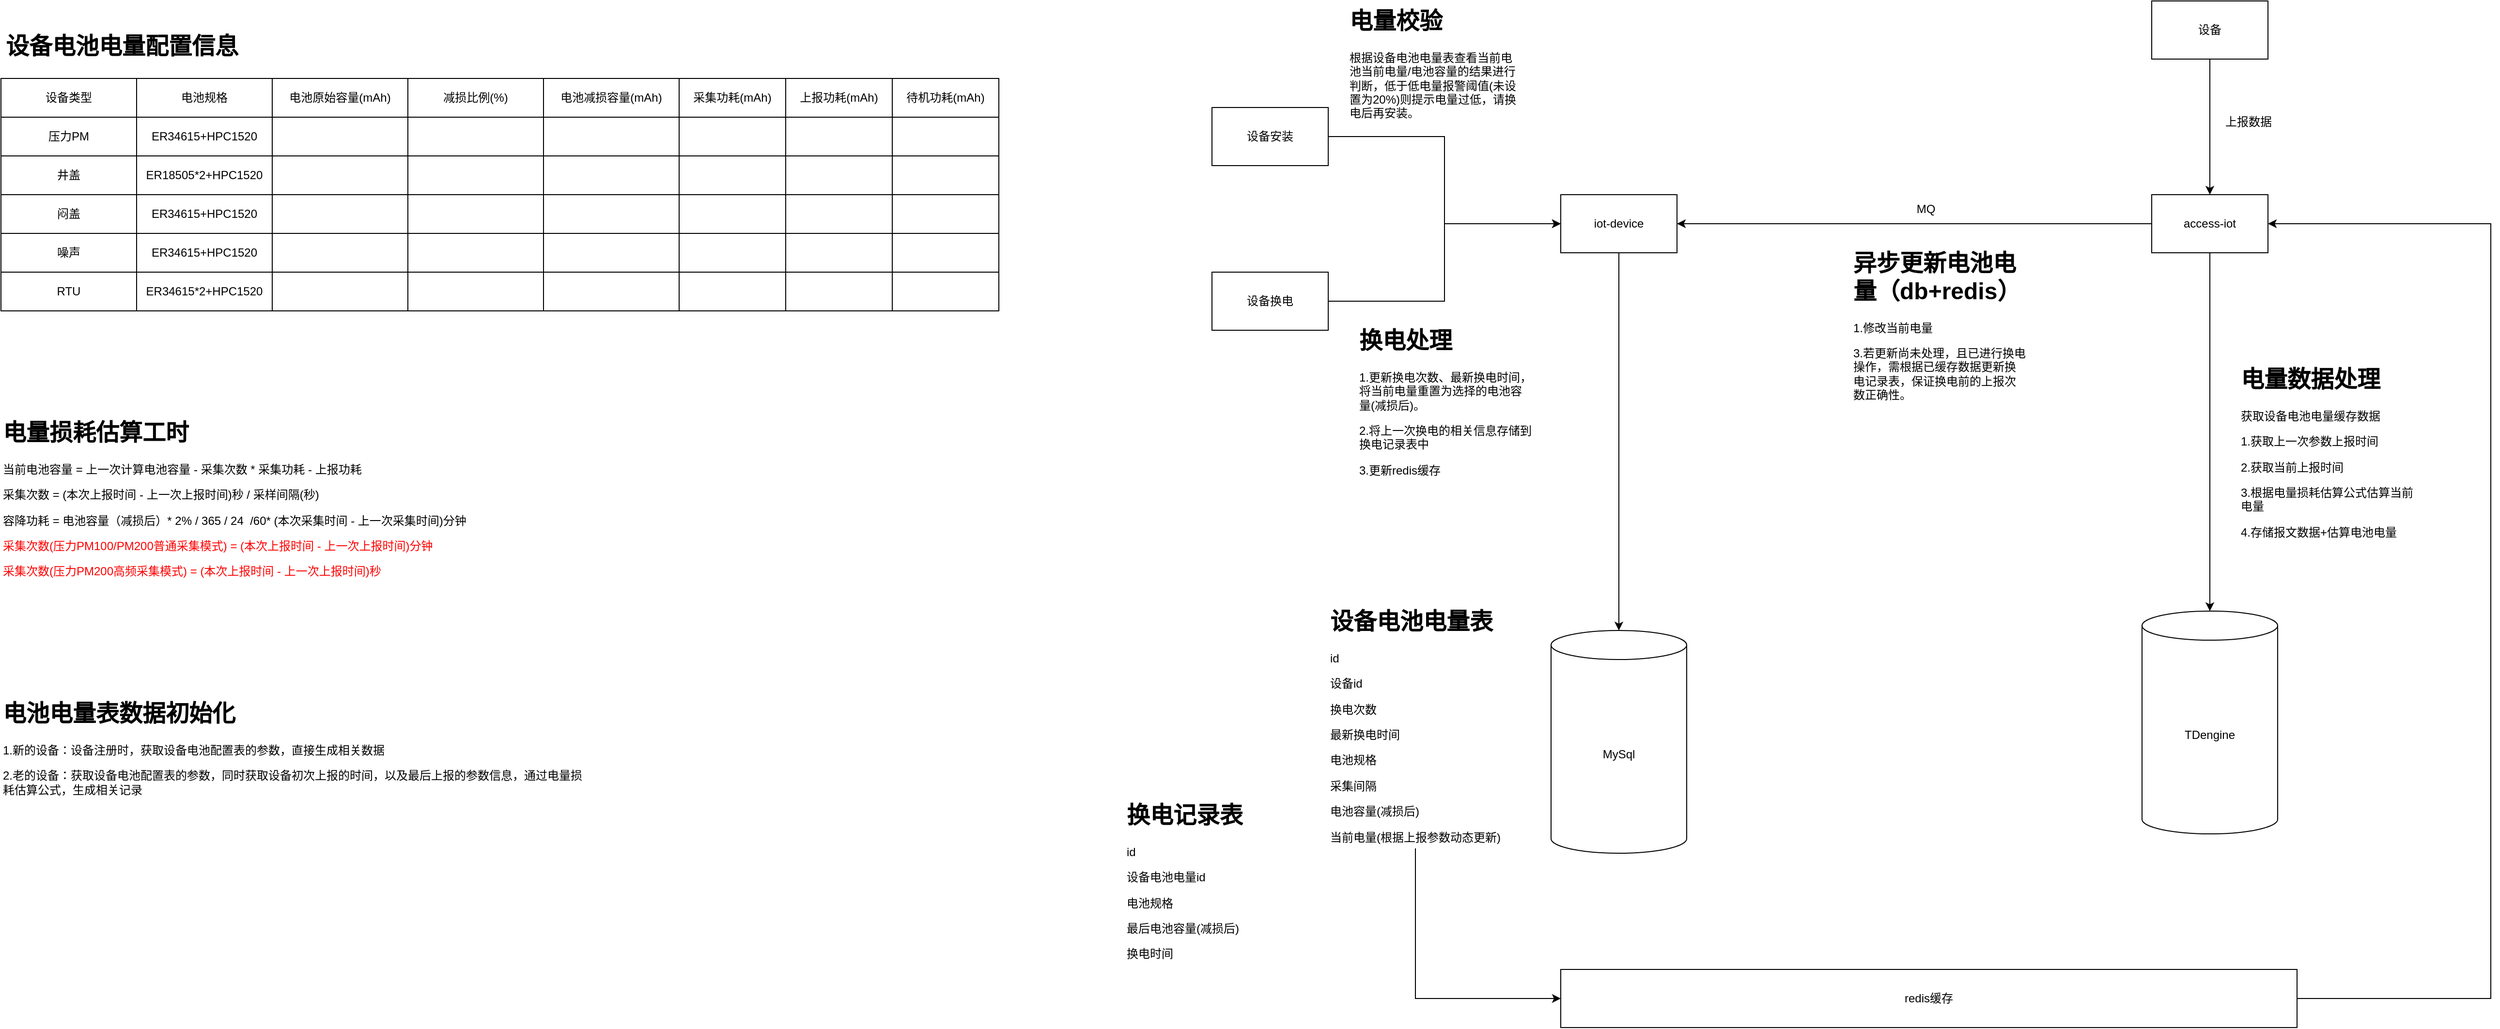
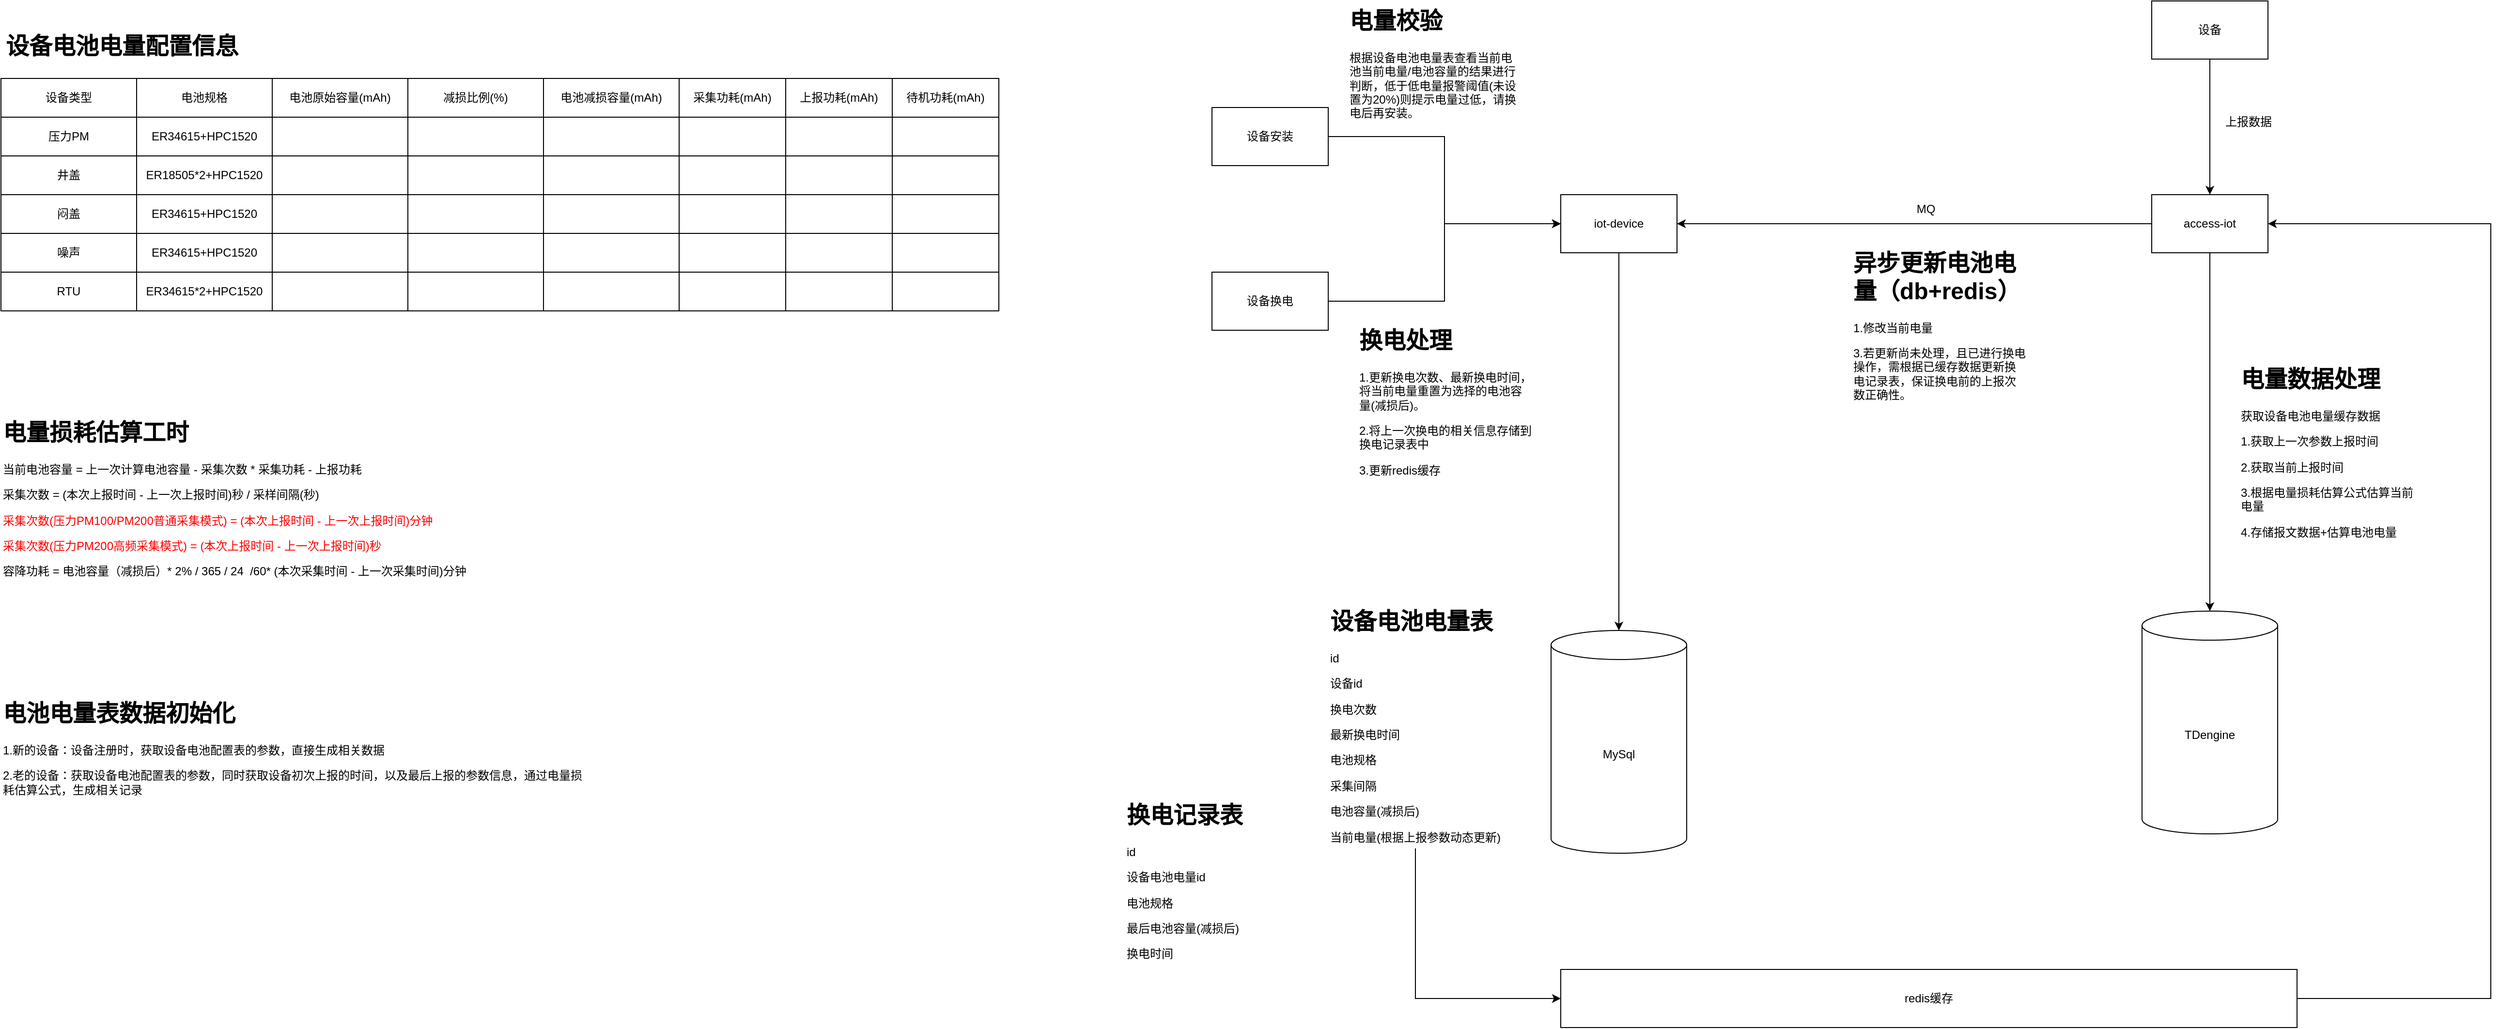
<mxfile host="app.diagrams.net">
  <diagram name="第 1 页" id="CJTt0Y1e_nSTC3EHAazc">
    <mxGraphModel dx="1904" dy="582" grid="1" gridSize="10" guides="1" tooltips="1" connect="1" arrows="1" fold="1" page="1" pageScale="1" pageWidth="827" pageHeight="1169" math="0" shadow="0">
      <root>
        <mxCell id="0" />
        <mxCell id="1" parent="0" />
        <mxCell id="PJUP-OBpyC3OTBr9TddZ-1" edge="1" parent="1" source="PJUP-OBpyC3OTBr9TddZ-2" style="edgeStyle=orthogonalEdgeStyle;rounded=0;orthogonalLoop=1;jettySize=auto;html=1;exitX=0.5;exitY=1;exitDx=0;exitDy=0;" target="PJUP-OBpyC3OTBr9TddZ-6">
          <mxGeometry relative="1" as="geometry" />
        </mxCell>
        <mxCell id="PJUP-OBpyC3OTBr9TddZ-2" parent="1" style="rounded=0;whiteSpace=wrap;html=1;" value="iot-device" vertex="1">
          <mxGeometry height="60" width="120" x="1560" y="530" as="geometry" />
        </mxCell>
        <mxCell id="PJUP-OBpyC3OTBr9TddZ-3" edge="1" parent="1" source="PJUP-OBpyC3OTBr9TddZ-5" style="edgeStyle=orthogonalEdgeStyle;rounded=0;orthogonalLoop=1;jettySize=auto;html=1;exitX=0;exitY=0.5;exitDx=0;exitDy=0;entryX=1;entryY=0.5;entryDx=0;entryDy=0;" target="PJUP-OBpyC3OTBr9TddZ-2">
          <mxGeometry relative="1" as="geometry" />
        </mxCell>
        <mxCell id="PJUP-OBpyC3OTBr9TddZ-4" edge="1" parent="1" source="PJUP-OBpyC3OTBr9TddZ-5" style="edgeStyle=orthogonalEdgeStyle;rounded=0;orthogonalLoop=1;jettySize=auto;html=1;exitX=0.5;exitY=1;exitDx=0;exitDy=0;" target="PJUP-OBpyC3OTBr9TddZ-7">
          <mxGeometry relative="1" as="geometry" />
        </mxCell>
        <mxCell id="PJUP-OBpyC3OTBr9TddZ-5" parent="1" style="rounded=0;whiteSpace=wrap;html=1;" value="access-iot" vertex="1">
          <mxGeometry height="60" width="120" x="2170" y="530" as="geometry" />
        </mxCell>
        <mxCell id="PJUP-OBpyC3OTBr9TddZ-6" parent="1" style="shape=cylinder3;whiteSpace=wrap;html=1;boundedLbl=1;backgroundOutline=1;size=15;" value="MySql" vertex="1">
          <mxGeometry height="230" width="140" x="1550" y="980" as="geometry" />
        </mxCell>
        <mxCell id="PJUP-OBpyC3OTBr9TddZ-7" parent="1" style="shape=cylinder3;whiteSpace=wrap;html=1;boundedLbl=1;backgroundOutline=1;size=15;" value="TDengine" vertex="1">
          <mxGeometry height="230" width="140" x="2160" y="960" as="geometry" />
        </mxCell>
        <mxCell id="PJUP-OBpyC3OTBr9TddZ-8" parent="1" style="text;html=1;whiteSpace=wrap;strokeColor=none;fillColor=none;align=center;verticalAlign=middle;rounded=0;" value="MQ" vertex="1">
          <mxGeometry height="30" width="60" x="1907" y="530" as="geometry" />
        </mxCell>
        <mxCell id="PJUP-OBpyC3OTBr9TddZ-9" edge="1" parent="1" source="PJUP-OBpyC3OTBr9TddZ-10" style="edgeStyle=orthogonalEdgeStyle;rounded=0;orthogonalLoop=1;jettySize=auto;html=1;exitX=0.5;exitY=1;exitDx=0;exitDy=0;entryX=0;entryY=0.5;entryDx=0;entryDy=0;" target="PJUP-OBpyC3OTBr9TddZ-12">
          <mxGeometry relative="1" as="geometry" />
        </mxCell>
        <mxCell id="PJUP-OBpyC3OTBr9TddZ-10" parent="1" style="text;html=1;whiteSpace=wrap;overflow=hidden;rounded=0;" value="&lt;h1 style=&quot;margin-top: 0px;&quot;&gt;设备电池电量表&lt;/h1&gt;&lt;p&gt;id&lt;/p&gt;&lt;p&gt;设备id&lt;/p&gt;&lt;p&gt;换电次数&lt;/p&gt;&lt;p&gt;最新换电时间&lt;/p&gt;&lt;p&gt;电池规格&lt;/p&gt;&lt;p&gt;采集间隔&lt;/p&gt;&lt;p&gt;电池容量(减损后)&lt;/p&gt;&lt;p&gt;当前电量(&lt;span style=&quot;background-color: transparent; color: light-dark(rgb(0, 0, 0), rgb(255, 255, 255));&quot;&gt;根据上报参数动态更新&lt;/span&gt;&lt;span style=&quot;background-color: transparent; color: light-dark(rgb(0, 0, 0), rgb(255, 255, 255));&quot;&gt;)&lt;/span&gt;&lt;/p&gt;" vertex="1">
          <mxGeometry height="255" width="180" x="1320" y="950" as="geometry" />
        </mxCell>
        <mxCell id="PJUP-OBpyC3OTBr9TddZ-11" edge="1" parent="1" source="PJUP-OBpyC3OTBr9TddZ-12" style="edgeStyle=orthogonalEdgeStyle;rounded=0;orthogonalLoop=1;jettySize=auto;html=1;exitX=1;exitY=0.5;exitDx=0;exitDy=0;entryX=1;entryY=0.5;entryDx=0;entryDy=0;" target="PJUP-OBpyC3OTBr9TddZ-5">
          <mxGeometry relative="1" as="geometry">
            <Array as="points">
              <mxPoint x="2520" y="1360" />
              <mxPoint x="2520" y="560" />
            </Array>
          </mxGeometry>
        </mxCell>
        <mxCell id="PJUP-OBpyC3OTBr9TddZ-12" parent="1" style="rounded=0;whiteSpace=wrap;html=1;" value="redis缓存" vertex="1">
          <mxGeometry height="60" width="760" x="1560" y="1330" as="geometry" />
        </mxCell>
        <mxCell id="PJUP-OBpyC3OTBr9TddZ-13" edge="1" parent="1" source="PJUP-OBpyC3OTBr9TddZ-14" style="edgeStyle=orthogonalEdgeStyle;rounded=0;orthogonalLoop=1;jettySize=auto;html=1;exitX=0.5;exitY=1;exitDx=0;exitDy=0;entryX=0.5;entryY=0;entryDx=0;entryDy=0;" target="PJUP-OBpyC3OTBr9TddZ-5">
          <mxGeometry relative="1" as="geometry" />
        </mxCell>
        <mxCell id="PJUP-OBpyC3OTBr9TddZ-14" parent="1" style="rounded=0;whiteSpace=wrap;html=1;" value="设备" vertex="1">
          <mxGeometry height="60" width="120" x="2170" y="330" as="geometry" />
        </mxCell>
        <mxCell id="PJUP-OBpyC3OTBr9TddZ-15" parent="1" style="text;html=1;whiteSpace=wrap;strokeColor=none;fillColor=none;align=center;verticalAlign=middle;rounded=0;" value="上报数据" vertex="1">
          <mxGeometry height="30" width="60" x="2240" y="440" as="geometry" />
        </mxCell>
        <mxCell id="PJUP-OBpyC3OTBr9TddZ-16" parent="1" style="text;html=1;whiteSpace=wrap;overflow=hidden;rounded=0;" value="&lt;h1 style=&quot;margin-top: 0px;&quot;&gt;电量数据处理&lt;/h1&gt;&lt;p&gt;获取设备电池电量缓存数据&lt;/p&gt;&lt;p&gt;1.获取上一次参数上报时间&lt;/p&gt;&lt;p&gt;2.获取当前上报时间&lt;/p&gt;&lt;p&gt;3.根据电量损耗估算公式估算当前电量&lt;/p&gt;&lt;p&gt;4.存储报文数据+估算电池电量&lt;/p&gt;&lt;p&gt;&lt;br&gt;&lt;/p&gt;&lt;p&gt;&lt;br&gt;&lt;/p&gt;" vertex="1">
          <mxGeometry height="250" width="180" x="2260" y="700" as="geometry" />
        </mxCell>
        <mxCell id="PJUP-OBpyC3OTBr9TddZ-17" edge="1" parent="1" source="PJUP-OBpyC3OTBr9TddZ-18" style="edgeStyle=orthogonalEdgeStyle;rounded=0;orthogonalLoop=1;jettySize=auto;html=1;exitX=1;exitY=0.5;exitDx=0;exitDy=0;entryX=0;entryY=0.5;entryDx=0;entryDy=0;" target="PJUP-OBpyC3OTBr9TddZ-2">
          <mxGeometry relative="1" as="geometry" />
        </mxCell>
        <mxCell id="PJUP-OBpyC3OTBr9TddZ-18" parent="1" style="rounded=0;whiteSpace=wrap;html=1;" value="设备安装" vertex="1">
          <mxGeometry height="60" width="120" x="1200" y="440" as="geometry" />
        </mxCell>
        <mxCell id="PJUP-OBpyC3OTBr9TddZ-19" edge="1" parent="1" source="PJUP-OBpyC3OTBr9TddZ-20" style="edgeStyle=orthogonalEdgeStyle;rounded=0;orthogonalLoop=1;jettySize=auto;html=1;exitX=1;exitY=0.5;exitDx=0;exitDy=0;entryX=0;entryY=0.5;entryDx=0;entryDy=0;" target="PJUP-OBpyC3OTBr9TddZ-2">
          <mxGeometry relative="1" as="geometry" />
        </mxCell>
        <mxCell id="PJUP-OBpyC3OTBr9TddZ-20" parent="1" style="rounded=0;whiteSpace=wrap;html=1;" value="设备换电" vertex="1">
          <mxGeometry height="60" width="120" x="1200" y="610" as="geometry" />
        </mxCell>
        <mxCell id="PJUP-OBpyC3OTBr9TddZ-21" parent="1" style="text;html=1;whiteSpace=wrap;overflow=hidden;rounded=0;" value="&lt;h1 style=&quot;margin-top: 0px;&quot;&gt;电量校验&lt;/h1&gt;&lt;p&gt;根据设备电池电量表查看当前电池当前电量/电池容量的结果进行判断，低于低电量报警阈值&lt;span style=&quot;background-color: transparent; color: light-dark(rgb(0, 0, 0), rgb(255, 255, 255));&quot;&gt;(未设置为20%)&lt;/span&gt;&lt;span style=&quot;background-color: transparent; color: light-dark(rgb(0, 0, 0), rgb(255, 255, 255));&quot;&gt;则提示电量过低，请换电后再安装。&lt;/span&gt;&lt;/p&gt;" vertex="1">
          <mxGeometry height="150" width="180" x="1340" y="330" as="geometry" />
        </mxCell>
        <mxCell id="PJUP-OBpyC3OTBr9TddZ-22" parent="1" style="text;html=1;whiteSpace=wrap;overflow=hidden;rounded=0;" value="&lt;h1 style=&quot;margin-top: 0px;&quot;&gt;换电处理&lt;/h1&gt;&lt;p&gt;1.更新换电次数、最新换电时间，将当前电量重置为选择的电池容量(减损后)。&lt;/p&gt;&lt;p&gt;2.将上一次换电的相关信息存储到换电记录表中&lt;/p&gt;&lt;p&gt;3.更新redis缓存&lt;/p&gt;" vertex="1">
          <mxGeometry height="180" width="180" x="1350" y="660" as="geometry" />
        </mxCell>
        <mxCell id="PJUP-OBpyC3OTBr9TddZ-23" parent="1" style="text;html=1;whiteSpace=wrap;overflow=hidden;rounded=0;" value="&lt;h1 style=&quot;margin-top: 0px;&quot;&gt;换电记录表&lt;/h1&gt;&lt;p&gt;id&lt;/p&gt;&lt;p&gt;设备电池电量id&lt;/p&gt;&lt;p&gt;电池规格&lt;/p&gt;&lt;p&gt;最后电池容量(减损后)&lt;/p&gt;&lt;p&gt;换电时间&lt;/p&gt;" vertex="1">
          <mxGeometry height="210" width="180" x="1110" y="1150" as="geometry" />
        </mxCell>
        <mxCell id="PJUP-OBpyC3OTBr9TddZ-24" parent="1" style="text;html=1;whiteSpace=wrap;overflow=hidden;rounded=0;" value="&lt;h1 style=&quot;margin-top: 0px;&quot;&gt;异步更新电池电量（db+redis）&lt;/h1&gt;&lt;p&gt;1.修改当前电量&lt;/p&gt;&lt;p&gt;3.若更新尚未处理，且已进行换电操作，需根据已缓存数据更新换电记录表，保证换电前的上报次数正确性。&lt;/p&gt;&lt;p&gt;&lt;br&gt;&lt;/p&gt;" vertex="1">
          <mxGeometry height="310" width="180" x="1860" y="580" as="geometry" />
        </mxCell>
        <mxCell id="PJUP-OBpyC3OTBr9TddZ-25" parent="1" style="shape=table;startSize=0;container=1;collapsible=0;childLayout=tableLayout;fixedHeader=1;" value="" vertex="1">
          <mxGeometry height="240" width="1030" x="-50" y="410" as="geometry" />
        </mxCell>
        <mxCell id="PJUP-OBpyC3OTBr9TddZ-26" parent="PJUP-OBpyC3OTBr9TddZ-25" style="shape=tableRow;horizontal=0;startSize=0;swimlaneHead=0;swimlaneBody=0;strokeColor=inherit;top=0;left=0;bottom=0;right=0;collapsible=0;dropTarget=0;fillColor=none;points=[[0,0.5],[1,0.5]];portConstraint=eastwest;fixedHeader=1;" value="" vertex="1">
          <mxGeometry height="40" width="1030" as="geometry" />
        </mxCell>
        <mxCell id="PJUP-OBpyC3OTBr9TddZ-27" parent="PJUP-OBpyC3OTBr9TddZ-26" style="shape=partialRectangle;html=1;whiteSpace=wrap;connectable=0;strokeColor=inherit;overflow=hidden;fillColor=none;top=0;left=0;bottom=0;right=0;pointerEvents=1;" value="设备类型" vertex="1">
          <mxGeometry height="40" width="140" as="geometry">
            <mxRectangle height="40" width="140" as="alternateBounds" />
          </mxGeometry>
        </mxCell>
        <mxCell id="PJUP-OBpyC3OTBr9TddZ-28" parent="PJUP-OBpyC3OTBr9TddZ-26" style="shape=partialRectangle;html=1;whiteSpace=wrap;connectable=0;strokeColor=inherit;overflow=hidden;fillColor=none;top=0;left=0;bottom=0;right=0;pointerEvents=1;" value="电池规格" vertex="1">
          <mxGeometry height="40" width="140" x="140" as="geometry">
            <mxRectangle height="40" width="140" as="alternateBounds" />
          </mxGeometry>
        </mxCell>
        <mxCell id="PJUP-OBpyC3OTBr9TddZ-29" parent="PJUP-OBpyC3OTBr9TddZ-26" style="shape=partialRectangle;html=1;whiteSpace=wrap;connectable=0;strokeColor=inherit;overflow=hidden;fillColor=none;top=0;left=0;bottom=0;right=0;pointerEvents=1;" value="电池原始容量(mAh)" vertex="1">
          <mxGeometry height="40" width="140" x="280" as="geometry">
            <mxRectangle height="40" width="140" as="alternateBounds" />
          </mxGeometry>
        </mxCell>
        <mxCell id="PJUP-OBpyC3OTBr9TddZ-50" parent="PJUP-OBpyC3OTBr9TddZ-26" style="shape=partialRectangle;html=1;whiteSpace=wrap;connectable=0;strokeColor=inherit;overflow=hidden;fillColor=none;top=0;left=0;bottom=0;right=0;pointerEvents=1;" value="减损比例(%)" vertex="1">
          <mxGeometry height="40" width="140" x="420" as="geometry">
            <mxRectangle height="40" width="140" as="alternateBounds" />
          </mxGeometry>
        </mxCell>
        <mxCell id="PJUP-OBpyC3OTBr9TddZ-56" parent="PJUP-OBpyC3OTBr9TddZ-26" style="shape=partialRectangle;html=1;whiteSpace=wrap;connectable=0;strokeColor=inherit;overflow=hidden;fillColor=none;top=0;left=0;bottom=0;right=0;pointerEvents=1;" value="电池减损容量(mAh)" vertex="1">
          <mxGeometry height="40" width="140" x="560" as="geometry">
            <mxRectangle height="40" width="140" as="alternateBounds" />
          </mxGeometry>
        </mxCell>
        <mxCell id="PJUP-OBpyC3OTBr9TddZ-77" parent="PJUP-OBpyC3OTBr9TddZ-26" style="shape=partialRectangle;html=1;whiteSpace=wrap;connectable=0;strokeColor=inherit;overflow=hidden;fillColor=none;top=0;left=0;bottom=0;right=0;pointerEvents=1;" value="采集功耗(mAh)" vertex="1">
          <mxGeometry height="40" width="110" x="700" as="geometry">
            <mxRectangle height="40" width="110" as="alternateBounds" />
          </mxGeometry>
        </mxCell>
        <mxCell id="PJUP-OBpyC3OTBr9TddZ-90" parent="PJUP-OBpyC3OTBr9TddZ-26" style="shape=partialRectangle;html=1;whiteSpace=wrap;connectable=0;strokeColor=inherit;overflow=hidden;fillColor=none;top=0;left=0;bottom=0;right=0;pointerEvents=1;" value="上报功耗(mAh)" vertex="1">
          <mxGeometry height="40" width="110" x="810" as="geometry">
            <mxRectangle height="40" width="110" as="alternateBounds" />
          </mxGeometry>
        </mxCell>
        <mxCell id="PJUP-OBpyC3OTBr9TddZ-83" parent="PJUP-OBpyC3OTBr9TddZ-26" style="shape=partialRectangle;html=1;whiteSpace=wrap;connectable=0;strokeColor=inherit;overflow=hidden;fillColor=none;top=0;left=0;bottom=0;right=0;pointerEvents=1;" value="待机功耗(mAh)" vertex="1">
          <mxGeometry height="40" width="110" x="920" as="geometry">
            <mxRectangle height="40" width="110" as="alternateBounds" />
          </mxGeometry>
        </mxCell>
        <mxCell id="PJUP-OBpyC3OTBr9TddZ-30" parent="PJUP-OBpyC3OTBr9TddZ-25" style="shape=tableRow;horizontal=0;startSize=0;swimlaneHead=0;swimlaneBody=0;strokeColor=inherit;top=0;left=0;bottom=0;right=0;collapsible=0;dropTarget=0;fillColor=none;points=[[0,0.5],[1,0.5]];portConstraint=eastwest;fixedHeader=1;" value="" vertex="1">
          <mxGeometry height="40" width="1030" y="40" as="geometry" />
        </mxCell>
        <mxCell id="PJUP-OBpyC3OTBr9TddZ-31" parent="PJUP-OBpyC3OTBr9TddZ-30" style="shape=partialRectangle;html=1;whiteSpace=wrap;connectable=0;strokeColor=inherit;overflow=hidden;fillColor=none;top=0;left=0;bottom=0;right=0;pointerEvents=1;" value="压力PM" vertex="1">
          <mxGeometry height="40" width="140" as="geometry">
            <mxRectangle height="40" width="140" as="alternateBounds" />
          </mxGeometry>
        </mxCell>
        <mxCell id="PJUP-OBpyC3OTBr9TddZ-32" parent="PJUP-OBpyC3OTBr9TddZ-30" style="shape=partialRectangle;html=1;whiteSpace=wrap;connectable=0;strokeColor=inherit;overflow=hidden;fillColor=none;top=0;left=0;bottom=0;right=0;pointerEvents=1;" value="ER34615+HPC1520" vertex="1">
          <mxGeometry height="40" width="140" x="140" as="geometry">
            <mxRectangle height="40" width="140" as="alternateBounds" />
          </mxGeometry>
        </mxCell>
        <mxCell id="PJUP-OBpyC3OTBr9TddZ-33" parent="PJUP-OBpyC3OTBr9TddZ-30" style="shape=partialRectangle;html=1;whiteSpace=wrap;connectable=0;strokeColor=inherit;overflow=hidden;fillColor=none;top=0;left=0;bottom=0;right=0;pointerEvents=1;" value="" vertex="1">
          <mxGeometry height="40" width="140" x="280" as="geometry">
            <mxRectangle height="40" width="140" as="alternateBounds" />
          </mxGeometry>
        </mxCell>
        <mxCell id="PJUP-OBpyC3OTBr9TddZ-51" parent="PJUP-OBpyC3OTBr9TddZ-30" style="shape=partialRectangle;html=1;whiteSpace=wrap;connectable=0;strokeColor=inherit;overflow=hidden;fillColor=none;top=0;left=0;bottom=0;right=0;pointerEvents=1;" vertex="1">
          <mxGeometry height="40" width="140" x="420" as="geometry">
            <mxRectangle height="40" width="140" as="alternateBounds" />
          </mxGeometry>
        </mxCell>
        <mxCell id="PJUP-OBpyC3OTBr9TddZ-57" parent="PJUP-OBpyC3OTBr9TddZ-30" style="shape=partialRectangle;html=1;whiteSpace=wrap;connectable=0;strokeColor=inherit;overflow=hidden;fillColor=none;top=0;left=0;bottom=0;right=0;pointerEvents=1;" vertex="1">
          <mxGeometry height="40" width="140" x="560" as="geometry">
            <mxRectangle height="40" width="140" as="alternateBounds" />
          </mxGeometry>
        </mxCell>
        <mxCell id="PJUP-OBpyC3OTBr9TddZ-78" parent="PJUP-OBpyC3OTBr9TddZ-30" style="shape=partialRectangle;html=1;whiteSpace=wrap;connectable=0;strokeColor=inherit;overflow=hidden;fillColor=none;top=0;left=0;bottom=0;right=0;pointerEvents=1;" vertex="1">
          <mxGeometry height="40" width="110" x="700" as="geometry">
            <mxRectangle height="40" width="110" as="alternateBounds" />
          </mxGeometry>
        </mxCell>
        <mxCell id="PJUP-OBpyC3OTBr9TddZ-91" parent="PJUP-OBpyC3OTBr9TddZ-30" style="shape=partialRectangle;html=1;whiteSpace=wrap;connectable=0;strokeColor=inherit;overflow=hidden;fillColor=none;top=0;left=0;bottom=0;right=0;pointerEvents=1;" vertex="1">
          <mxGeometry height="40" width="110" x="810" as="geometry">
            <mxRectangle height="40" width="110" as="alternateBounds" />
          </mxGeometry>
        </mxCell>
        <mxCell id="PJUP-OBpyC3OTBr9TddZ-84" parent="PJUP-OBpyC3OTBr9TddZ-30" style="shape=partialRectangle;html=1;whiteSpace=wrap;connectable=0;strokeColor=inherit;overflow=hidden;fillColor=none;top=0;left=0;bottom=0;right=0;pointerEvents=1;" vertex="1">
          <mxGeometry height="40" width="110" x="920" as="geometry">
            <mxRectangle height="40" width="110" as="alternateBounds" />
          </mxGeometry>
        </mxCell>
        <mxCell id="PJUP-OBpyC3OTBr9TddZ-34" parent="PJUP-OBpyC3OTBr9TddZ-25" style="shape=tableRow;horizontal=0;startSize=0;swimlaneHead=0;swimlaneBody=0;strokeColor=inherit;top=0;left=0;bottom=0;right=0;collapsible=0;dropTarget=0;fillColor=none;points=[[0,0.5],[1,0.5]];portConstraint=eastwest;fixedHeader=1;" value="" vertex="1">
          <mxGeometry height="40" width="1030" y="80" as="geometry" />
        </mxCell>
        <mxCell id="PJUP-OBpyC3OTBr9TddZ-35" parent="PJUP-OBpyC3OTBr9TddZ-34" style="shape=partialRectangle;html=1;whiteSpace=wrap;connectable=0;strokeColor=inherit;overflow=hidden;fillColor=none;top=0;left=0;bottom=0;right=0;pointerEvents=1;" value="井盖" vertex="1">
          <mxGeometry height="40" width="140" as="geometry">
            <mxRectangle height="40" width="140" as="alternateBounds" />
          </mxGeometry>
        </mxCell>
        <mxCell id="PJUP-OBpyC3OTBr9TddZ-36" parent="PJUP-OBpyC3OTBr9TddZ-34" style="shape=partialRectangle;html=1;whiteSpace=wrap;connectable=0;strokeColor=inherit;overflow=hidden;fillColor=none;top=0;left=0;bottom=0;right=0;pointerEvents=1;" value="ER18505*2+HPC1520" vertex="1">
          <mxGeometry height="40" width="140" x="140" as="geometry">
            <mxRectangle height="40" width="140" as="alternateBounds" />
          </mxGeometry>
        </mxCell>
        <mxCell id="PJUP-OBpyC3OTBr9TddZ-37" parent="PJUP-OBpyC3OTBr9TddZ-34" style="shape=partialRectangle;html=1;whiteSpace=wrap;connectable=0;strokeColor=inherit;overflow=hidden;fillColor=none;top=0;left=0;bottom=0;right=0;pointerEvents=1;" value="" vertex="1">
          <mxGeometry height="40" width="140" x="280" as="geometry">
            <mxRectangle height="40" width="140" as="alternateBounds" />
          </mxGeometry>
        </mxCell>
        <mxCell id="PJUP-OBpyC3OTBr9TddZ-52" parent="PJUP-OBpyC3OTBr9TddZ-34" style="shape=partialRectangle;html=1;whiteSpace=wrap;connectable=0;strokeColor=inherit;overflow=hidden;fillColor=none;top=0;left=0;bottom=0;right=0;pointerEvents=1;" vertex="1">
          <mxGeometry height="40" width="140" x="420" as="geometry">
            <mxRectangle height="40" width="140" as="alternateBounds" />
          </mxGeometry>
        </mxCell>
        <mxCell id="PJUP-OBpyC3OTBr9TddZ-58" parent="PJUP-OBpyC3OTBr9TddZ-34" style="shape=partialRectangle;html=1;whiteSpace=wrap;connectable=0;strokeColor=inherit;overflow=hidden;fillColor=none;top=0;left=0;bottom=0;right=0;pointerEvents=1;" vertex="1">
          <mxGeometry height="40" width="140" x="560" as="geometry">
            <mxRectangle height="40" width="140" as="alternateBounds" />
          </mxGeometry>
        </mxCell>
        <mxCell id="PJUP-OBpyC3OTBr9TddZ-79" parent="PJUP-OBpyC3OTBr9TddZ-34" style="shape=partialRectangle;html=1;whiteSpace=wrap;connectable=0;strokeColor=inherit;overflow=hidden;fillColor=none;top=0;left=0;bottom=0;right=0;pointerEvents=1;" vertex="1">
          <mxGeometry height="40" width="110" x="700" as="geometry">
            <mxRectangle height="40" width="110" as="alternateBounds" />
          </mxGeometry>
        </mxCell>
        <mxCell id="PJUP-OBpyC3OTBr9TddZ-92" parent="PJUP-OBpyC3OTBr9TddZ-34" style="shape=partialRectangle;html=1;whiteSpace=wrap;connectable=0;strokeColor=inherit;overflow=hidden;fillColor=none;top=0;left=0;bottom=0;right=0;pointerEvents=1;" vertex="1">
          <mxGeometry height="40" width="110" x="810" as="geometry">
            <mxRectangle height="40" width="110" as="alternateBounds" />
          </mxGeometry>
        </mxCell>
        <mxCell id="PJUP-OBpyC3OTBr9TddZ-85" parent="PJUP-OBpyC3OTBr9TddZ-34" style="shape=partialRectangle;html=1;whiteSpace=wrap;connectable=0;strokeColor=inherit;overflow=hidden;fillColor=none;top=0;left=0;bottom=0;right=0;pointerEvents=1;" vertex="1">
          <mxGeometry height="40" width="110" x="920" as="geometry">
            <mxRectangle height="40" width="110" as="alternateBounds" />
          </mxGeometry>
        </mxCell>
        <mxCell id="PJUP-OBpyC3OTBr9TddZ-38" parent="PJUP-OBpyC3OTBr9TddZ-25" style="shape=tableRow;horizontal=0;startSize=0;swimlaneHead=0;swimlaneBody=0;strokeColor=inherit;top=0;left=0;bottom=0;right=0;collapsible=0;dropTarget=0;fillColor=none;points=[[0,0.5],[1,0.5]];portConstraint=eastwest;fixedHeader=1;" value="" vertex="1">
          <mxGeometry height="40" width="1030" y="120" as="geometry" />
        </mxCell>
        <mxCell id="PJUP-OBpyC3OTBr9TddZ-39" parent="PJUP-OBpyC3OTBr9TddZ-38" style="shape=partialRectangle;html=1;whiteSpace=wrap;connectable=0;strokeColor=inherit;overflow=hidden;fillColor=none;top=0;left=0;bottom=0;right=0;pointerEvents=1;" value="闷盖" vertex="1">
          <mxGeometry height="40" width="140" as="geometry">
            <mxRectangle height="40" width="140" as="alternateBounds" />
          </mxGeometry>
        </mxCell>
        <mxCell id="PJUP-OBpyC3OTBr9TddZ-40" parent="PJUP-OBpyC3OTBr9TddZ-38" style="shape=partialRectangle;html=1;whiteSpace=wrap;connectable=0;strokeColor=inherit;overflow=hidden;fillColor=none;top=0;left=0;bottom=0;right=0;pointerEvents=1;" value="ER34615+HPC1520" vertex="1">
          <mxGeometry height="40" width="140" x="140" as="geometry">
            <mxRectangle height="40" width="140" as="alternateBounds" />
          </mxGeometry>
        </mxCell>
        <mxCell id="PJUP-OBpyC3OTBr9TddZ-41" parent="PJUP-OBpyC3OTBr9TddZ-38" style="shape=partialRectangle;html=1;whiteSpace=wrap;connectable=0;strokeColor=inherit;overflow=hidden;fillColor=none;top=0;left=0;bottom=0;right=0;pointerEvents=1;" value="" vertex="1">
          <mxGeometry height="40" width="140" x="280" as="geometry">
            <mxRectangle height="40" width="140" as="alternateBounds" />
          </mxGeometry>
        </mxCell>
        <mxCell id="PJUP-OBpyC3OTBr9TddZ-53" parent="PJUP-OBpyC3OTBr9TddZ-38" style="shape=partialRectangle;html=1;whiteSpace=wrap;connectable=0;strokeColor=inherit;overflow=hidden;fillColor=none;top=0;left=0;bottom=0;right=0;pointerEvents=1;" vertex="1">
          <mxGeometry height="40" width="140" x="420" as="geometry">
            <mxRectangle height="40" width="140" as="alternateBounds" />
          </mxGeometry>
        </mxCell>
        <mxCell id="PJUP-OBpyC3OTBr9TddZ-59" parent="PJUP-OBpyC3OTBr9TddZ-38" style="shape=partialRectangle;html=1;whiteSpace=wrap;connectable=0;strokeColor=inherit;overflow=hidden;fillColor=none;top=0;left=0;bottom=0;right=0;pointerEvents=1;" vertex="1">
          <mxGeometry height="40" width="140" x="560" as="geometry">
            <mxRectangle height="40" width="140" as="alternateBounds" />
          </mxGeometry>
        </mxCell>
        <mxCell id="PJUP-OBpyC3OTBr9TddZ-80" parent="PJUP-OBpyC3OTBr9TddZ-38" style="shape=partialRectangle;html=1;whiteSpace=wrap;connectable=0;strokeColor=inherit;overflow=hidden;fillColor=none;top=0;left=0;bottom=0;right=0;pointerEvents=1;" vertex="1">
          <mxGeometry height="40" width="110" x="700" as="geometry">
            <mxRectangle height="40" width="110" as="alternateBounds" />
          </mxGeometry>
        </mxCell>
        <mxCell id="PJUP-OBpyC3OTBr9TddZ-93" parent="PJUP-OBpyC3OTBr9TddZ-38" style="shape=partialRectangle;html=1;whiteSpace=wrap;connectable=0;strokeColor=inherit;overflow=hidden;fillColor=none;top=0;left=0;bottom=0;right=0;pointerEvents=1;" vertex="1">
          <mxGeometry height="40" width="110" x="810" as="geometry">
            <mxRectangle height="40" width="110" as="alternateBounds" />
          </mxGeometry>
        </mxCell>
        <mxCell id="PJUP-OBpyC3OTBr9TddZ-86" parent="PJUP-OBpyC3OTBr9TddZ-38" style="shape=partialRectangle;html=1;whiteSpace=wrap;connectable=0;strokeColor=inherit;overflow=hidden;fillColor=none;top=0;left=0;bottom=0;right=0;pointerEvents=1;" vertex="1">
          <mxGeometry height="40" width="110" x="920" as="geometry">
            <mxRectangle height="40" width="110" as="alternateBounds" />
          </mxGeometry>
        </mxCell>
        <mxCell id="PJUP-OBpyC3OTBr9TddZ-42" parent="PJUP-OBpyC3OTBr9TddZ-25" style="shape=tableRow;horizontal=0;startSize=0;swimlaneHead=0;swimlaneBody=0;strokeColor=inherit;top=0;left=0;bottom=0;right=0;collapsible=0;dropTarget=0;fillColor=none;points=[[0,0.5],[1,0.5]];portConstraint=eastwest;fixedHeader=1;" value="" vertex="1">
          <mxGeometry height="40" width="1030" y="160" as="geometry" />
        </mxCell>
        <mxCell id="PJUP-OBpyC3OTBr9TddZ-43" parent="PJUP-OBpyC3OTBr9TddZ-42" style="shape=partialRectangle;html=1;whiteSpace=wrap;connectable=0;strokeColor=inherit;overflow=hidden;fillColor=none;top=0;left=0;bottom=0;right=0;pointerEvents=1;" value="噪声" vertex="1">
          <mxGeometry height="40" width="140" as="geometry">
            <mxRectangle height="40" width="140" as="alternateBounds" />
          </mxGeometry>
        </mxCell>
        <mxCell id="PJUP-OBpyC3OTBr9TddZ-44" parent="PJUP-OBpyC3OTBr9TddZ-42" style="shape=partialRectangle;html=1;whiteSpace=wrap;connectable=0;strokeColor=inherit;overflow=hidden;fillColor=none;top=0;left=0;bottom=0;right=0;pointerEvents=1;" value="ER34615+HPC1520" vertex="1">
          <mxGeometry height="40" width="140" x="140" as="geometry">
            <mxRectangle height="40" width="140" as="alternateBounds" />
          </mxGeometry>
        </mxCell>
        <mxCell id="PJUP-OBpyC3OTBr9TddZ-45" parent="PJUP-OBpyC3OTBr9TddZ-42" style="shape=partialRectangle;html=1;whiteSpace=wrap;connectable=0;strokeColor=inherit;overflow=hidden;fillColor=none;top=0;left=0;bottom=0;right=0;pointerEvents=1;" value="" vertex="1">
          <mxGeometry height="40" width="140" x="280" as="geometry">
            <mxRectangle height="40" width="140" as="alternateBounds" />
          </mxGeometry>
        </mxCell>
        <mxCell id="PJUP-OBpyC3OTBr9TddZ-54" parent="PJUP-OBpyC3OTBr9TddZ-42" style="shape=partialRectangle;html=1;whiteSpace=wrap;connectable=0;strokeColor=inherit;overflow=hidden;fillColor=none;top=0;left=0;bottom=0;right=0;pointerEvents=1;" vertex="1">
          <mxGeometry height="40" width="140" x="420" as="geometry">
            <mxRectangle height="40" width="140" as="alternateBounds" />
          </mxGeometry>
        </mxCell>
        <mxCell id="PJUP-OBpyC3OTBr9TddZ-60" parent="PJUP-OBpyC3OTBr9TddZ-42" style="shape=partialRectangle;html=1;whiteSpace=wrap;connectable=0;strokeColor=inherit;overflow=hidden;fillColor=none;top=0;left=0;bottom=0;right=0;pointerEvents=1;" vertex="1">
          <mxGeometry height="40" width="140" x="560" as="geometry">
            <mxRectangle height="40" width="140" as="alternateBounds" />
          </mxGeometry>
        </mxCell>
        <mxCell id="PJUP-OBpyC3OTBr9TddZ-81" parent="PJUP-OBpyC3OTBr9TddZ-42" style="shape=partialRectangle;html=1;whiteSpace=wrap;connectable=0;strokeColor=inherit;overflow=hidden;fillColor=none;top=0;left=0;bottom=0;right=0;pointerEvents=1;" vertex="1">
          <mxGeometry height="40" width="110" x="700" as="geometry">
            <mxRectangle height="40" width="110" as="alternateBounds" />
          </mxGeometry>
        </mxCell>
        <mxCell id="PJUP-OBpyC3OTBr9TddZ-94" parent="PJUP-OBpyC3OTBr9TddZ-42" style="shape=partialRectangle;html=1;whiteSpace=wrap;connectable=0;strokeColor=inherit;overflow=hidden;fillColor=none;top=0;left=0;bottom=0;right=0;pointerEvents=1;" vertex="1">
          <mxGeometry height="40" width="110" x="810" as="geometry">
            <mxRectangle height="40" width="110" as="alternateBounds" />
          </mxGeometry>
        </mxCell>
        <mxCell id="PJUP-OBpyC3OTBr9TddZ-87" parent="PJUP-OBpyC3OTBr9TddZ-42" style="shape=partialRectangle;html=1;whiteSpace=wrap;connectable=0;strokeColor=inherit;overflow=hidden;fillColor=none;top=0;left=0;bottom=0;right=0;pointerEvents=1;" vertex="1">
          <mxGeometry height="40" width="110" x="920" as="geometry">
            <mxRectangle height="40" width="110" as="alternateBounds" />
          </mxGeometry>
        </mxCell>
        <mxCell id="PJUP-OBpyC3OTBr9TddZ-46" parent="PJUP-OBpyC3OTBr9TddZ-25" style="shape=tableRow;horizontal=0;startSize=0;swimlaneHead=0;swimlaneBody=0;strokeColor=inherit;top=0;left=0;bottom=0;right=0;collapsible=0;dropTarget=0;fillColor=none;points=[[0,0.5],[1,0.5]];portConstraint=eastwest;fixedHeader=1;" vertex="1">
          <mxGeometry height="40" width="1030" y="200" as="geometry" />
        </mxCell>
        <mxCell id="PJUP-OBpyC3OTBr9TddZ-47" parent="PJUP-OBpyC3OTBr9TddZ-46" style="shape=partialRectangle;html=1;whiteSpace=wrap;connectable=0;strokeColor=inherit;overflow=hidden;fillColor=none;top=0;left=0;bottom=0;right=0;pointerEvents=1;" value="RTU" vertex="1">
          <mxGeometry height="40" width="140" as="geometry">
            <mxRectangle height="40" width="140" as="alternateBounds" />
          </mxGeometry>
        </mxCell>
        <mxCell id="PJUP-OBpyC3OTBr9TddZ-48" parent="PJUP-OBpyC3OTBr9TddZ-46" style="shape=partialRectangle;html=1;whiteSpace=wrap;connectable=0;strokeColor=inherit;overflow=hidden;fillColor=none;top=0;left=0;bottom=0;right=0;pointerEvents=1;" value="ER34615*2+HPC1520" vertex="1">
          <mxGeometry height="40" width="140" x="140" as="geometry">
            <mxRectangle height="40" width="140" as="alternateBounds" />
          </mxGeometry>
        </mxCell>
        <mxCell id="PJUP-OBpyC3OTBr9TddZ-49" parent="PJUP-OBpyC3OTBr9TddZ-46" style="shape=partialRectangle;html=1;whiteSpace=wrap;connectable=0;strokeColor=inherit;overflow=hidden;fillColor=none;top=0;left=0;bottom=0;right=0;pointerEvents=1;" vertex="1">
          <mxGeometry height="40" width="140" x="280" as="geometry">
            <mxRectangle height="40" width="140" as="alternateBounds" />
          </mxGeometry>
        </mxCell>
        <mxCell id="PJUP-OBpyC3OTBr9TddZ-55" parent="PJUP-OBpyC3OTBr9TddZ-46" style="shape=partialRectangle;html=1;whiteSpace=wrap;connectable=0;strokeColor=inherit;overflow=hidden;fillColor=none;top=0;left=0;bottom=0;right=0;pointerEvents=1;" vertex="1">
          <mxGeometry height="40" width="140" x="420" as="geometry">
            <mxRectangle height="40" width="140" as="alternateBounds" />
          </mxGeometry>
        </mxCell>
        <mxCell id="PJUP-OBpyC3OTBr9TddZ-61" parent="PJUP-OBpyC3OTBr9TddZ-46" style="shape=partialRectangle;html=1;whiteSpace=wrap;connectable=0;strokeColor=inherit;overflow=hidden;fillColor=none;top=0;left=0;bottom=0;right=0;pointerEvents=1;" vertex="1">
          <mxGeometry height="40" width="140" x="560" as="geometry">
            <mxRectangle height="40" width="140" as="alternateBounds" />
          </mxGeometry>
        </mxCell>
        <mxCell id="PJUP-OBpyC3OTBr9TddZ-82" parent="PJUP-OBpyC3OTBr9TddZ-46" style="shape=partialRectangle;html=1;whiteSpace=wrap;connectable=0;strokeColor=inherit;overflow=hidden;fillColor=none;top=0;left=0;bottom=0;right=0;pointerEvents=1;" vertex="1">
          <mxGeometry height="40" width="110" x="700" as="geometry">
            <mxRectangle height="40" width="110" as="alternateBounds" />
          </mxGeometry>
        </mxCell>
        <mxCell id="PJUP-OBpyC3OTBr9TddZ-95" parent="PJUP-OBpyC3OTBr9TddZ-46" style="shape=partialRectangle;html=1;whiteSpace=wrap;connectable=0;strokeColor=inherit;overflow=hidden;fillColor=none;top=0;left=0;bottom=0;right=0;pointerEvents=1;" vertex="1">
          <mxGeometry height="40" width="110" x="810" as="geometry">
            <mxRectangle height="40" width="110" as="alternateBounds" />
          </mxGeometry>
        </mxCell>
        <mxCell id="PJUP-OBpyC3OTBr9TddZ-88" parent="PJUP-OBpyC3OTBr9TddZ-46" style="shape=partialRectangle;html=1;whiteSpace=wrap;connectable=0;strokeColor=inherit;overflow=hidden;fillColor=none;top=0;left=0;bottom=0;right=0;pointerEvents=1;" vertex="1">
          <mxGeometry height="40" width="110" x="920" as="geometry">
            <mxRectangle height="40" width="110" as="alternateBounds" />
          </mxGeometry>
        </mxCell>
-         <mxCell id="PJUP-OBpyC3OTBr9TddZ-62" parent="1" style="text;html=1;whiteSpace=wrap;overflow=hidden;rounded=0;" value="&lt;h1 style=&quot;margin-top: 0px;&quot;&gt;电量损耗估算工时&lt;/h1&gt;&lt;p&gt;当前电池容量 = 上一次计算电池容量 - 采集次数 * 采集功耗 - 上报功耗&lt;/p&gt;&lt;p&gt;采集次数 = (本次上报时间 - 上一次上报时间)秒 / 采样间隔(秒)&lt;/p&gt;&lt;p&gt;容降功耗 = 电池容量（减损后）* 2% / 365 / 24&amp;nbsp; /60* (本次采集时间 - 上一次采集时间)分钟&lt;/p&gt;&lt;p&gt;&lt;font style=&quot;color: light-dark(rgb(255, 0, 0), rgb(237, 237, 237));&quot;&gt;采集次数(压力PM100/PM200普通采集模式) = (本次上报时间 - 上一次上报时间)分钟&lt;/font&gt;&lt;/p&gt;&lt;p&gt;&lt;font style=&quot;color: light-dark(rgb(255, 0, 0), rgb(237, 237, 237));&quot;&gt;采集次数(压力PM200高频采集模式) = (本次上报时间 - 上一次上报时间)秒&lt;/font&gt;&lt;/p&gt;" vertex="1">
+         <mxCell id="PJUP-OBpyC3OTBr9TddZ-62" parent="1" style="text;html=1;whiteSpace=wrap;overflow=hidden;rounded=0;" value="&lt;h1 style=&quot;margin-top: 0px;&quot;&gt;电量损耗估算工时&lt;/h1&gt;&lt;p&gt;当前电池容量 = 上一次计算电池容量 - 采集次数 * 采集功耗 - 上报功耗&lt;/p&gt;&lt;p&gt;采集次数 = (本次上报时间 - 上一次上报时间)秒 / 采样间隔(秒)&lt;/p&gt;&lt;p&gt;&lt;font style=&quot;color: light-dark(rgb(255, 0, 0), rgb(237, 237, 237));&quot;&gt;采集次数(压力PM100/PM200普通采集模式) = (本次上报时间 - 上一次上报时间)分钟&lt;/font&gt;&lt;/p&gt;&lt;p&gt;&lt;font style=&quot;color: light-dark(rgb(255, 0, 0), rgb(237, 237, 237));&quot;&gt;采集次数(压力PM200高频采集模式) = (本次上报时间 - 上一次上报时间)秒&lt;/font&gt;&lt;/p&gt;&lt;p&gt;&lt;font style=&quot;color: light-dark(rgb(255, 0, 0), rgb(237, 237, 237));&quot;&gt;&lt;span style=&quot;color: rgb(0, 0, 0);&quot;&gt;容降功耗 = 电池容量（减损后）* 2% / 365 / 24&amp;nbsp; /60* (本次采集时间 - 上一次采集时间)分钟&lt;/span&gt;&lt;/font&gt;&lt;/p&gt;" vertex="1">
          <mxGeometry height="250" width="760" x="-50" y="755" as="geometry" />
        </mxCell>
        <mxCell id="PJUP-OBpyC3OTBr9TddZ-63" parent="1" style="text;html=1;whiteSpace=wrap;strokeColor=none;fillColor=none;align=center;verticalAlign=middle;rounded=0;" value="&lt;h1 style=&quot;text-align: left; margin-top: 0px;&quot;&gt;设备电池电量配置信息&lt;/h1&gt;" vertex="1">
          <mxGeometry height="30" width="250" x="-50" y="370" as="geometry" />
        </mxCell>
        <mxCell id="PJUP-OBpyC3OTBr9TddZ-64" parent="1" style="text;html=1;whiteSpace=wrap;overflow=hidden;rounded=0;" value="&lt;h1 style=&quot;margin-top: 0px;&quot;&gt;电池电量表数据初始化&lt;/h1&gt;&lt;p&gt;1.新的设备：设备注册时，获取设备电池配置表的参数，直接生成相关数据&lt;/p&gt;&lt;p&gt;2.老的设备：获取&lt;span style=&quot;background-color: transparent; color: light-dark(rgb(0, 0, 0), rgb(255, 255, 255));&quot;&gt;设备电池配置表的参数，同时获取&lt;/span&gt;&lt;span style=&quot;background-color: transparent; color: light-dark(rgb(0, 0, 0), rgb(255, 255, 255));&quot;&gt;设备初次上报的时间，以及最后上报的参数信息，通过电量损耗估算公式，生成相关记录&lt;/span&gt;&lt;/p&gt;" vertex="1">
          <mxGeometry height="165" width="610" x="-50" y="1045" as="geometry" />
        </mxCell>
      </root>
    </mxGraphModel>
  </diagram>
</mxfile>
